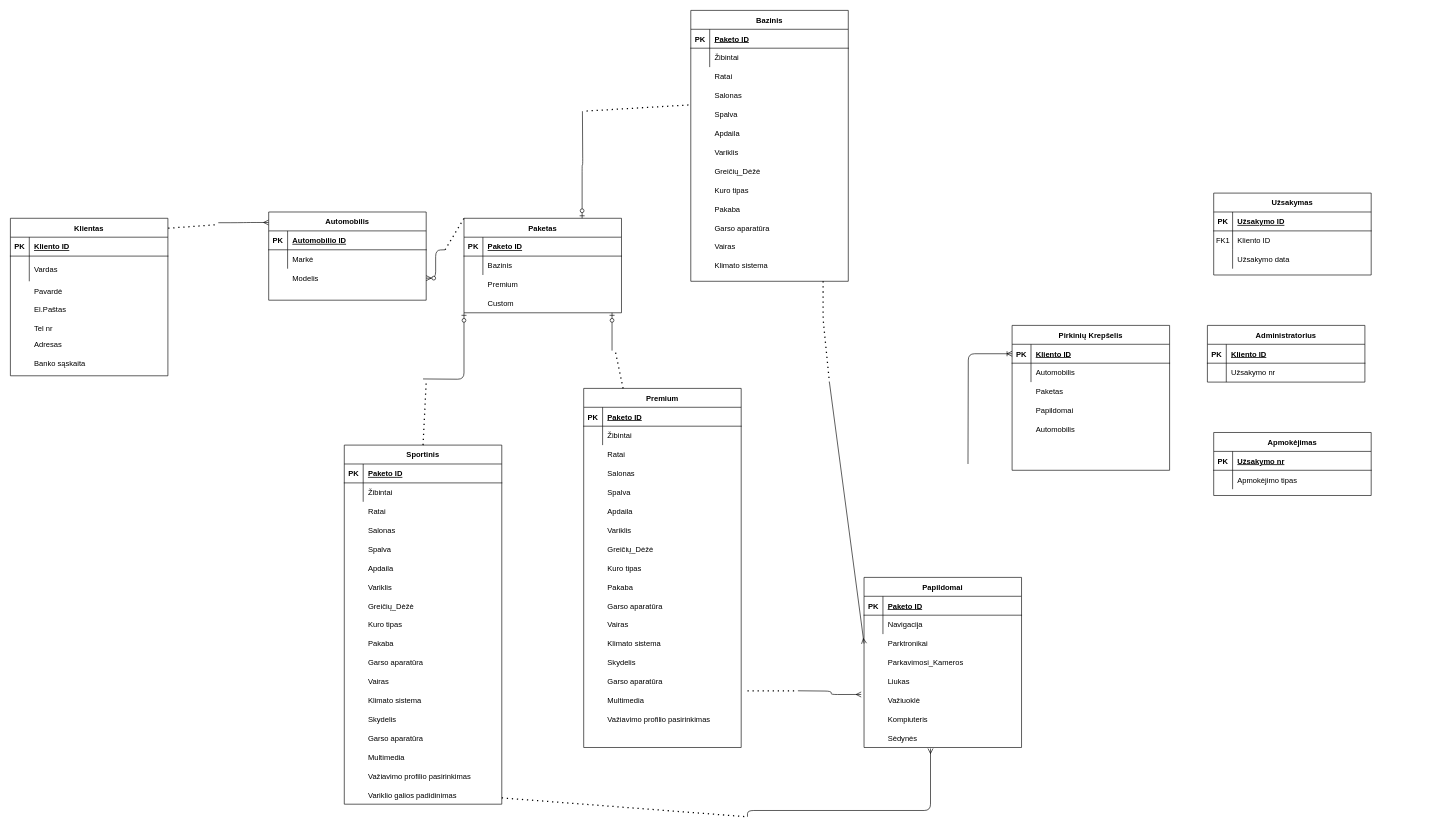
Earlier version of the draw.io diagram DuomenuBazesDB.drawio (combatants7/Win). Source tidied: cells renumbered, new cells numbered last; positions are measured from the earlier drawing's top-left corner, leaving out a move shared by most shapes. Both pictures are drawn from the tidied source at 63%, with x=0, y=0 at pixel (10, 10).
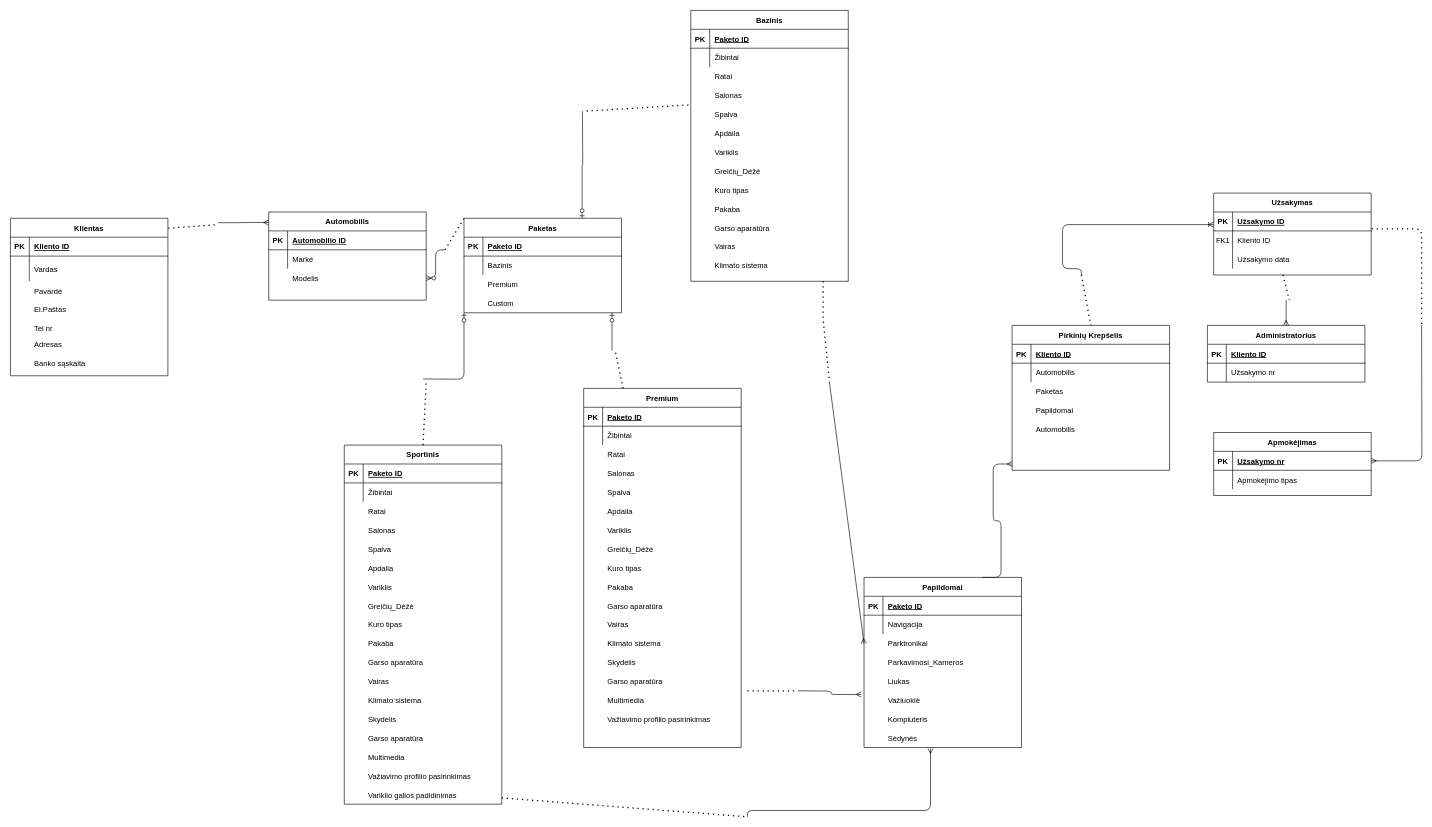
The same page after the edit.

The change refers to these unchanged cells:
```xml
<mxCell id="84" value="Papildomai" style="shape=table;startSize=30;childLayout=tableLayout;rowLines=0;fontStyle=1;align=center;" parent="83" vertex="1">
  <mxGeometry width="250" height="270" as="geometry" />
</mxCell>
<mxCell id="195" value="Pirkinių Krepšelis" style="shape=table;startSize=30;childLayout=tableLayout;rowLines=0;fontStyle=1;align=center;" parent="191" vertex="1">
  <mxGeometry width="250" height="230" as="geometry" />
</mxCell>
<mxCell id="196" style="shape=partialRectangle;fillColor=none;points=[[0,0.5],[1,0.5]];portConstraint=eastwest;top=0;left=0;right=0;bottom=1;" parent="195" vertex="1">
  <mxGeometry y="30" width="250" height="30" as="geometry" />
</mxCell>
<mxCell id="206" style="shape=partialRectangle;fillColor=none;points=[[0,0.5],[1,0.5]];portConstraint=eastwest;top=0;left=0;right=0;bottom=0;" parent="202" vertex="1">
  <mxGeometry y="60" width="250" height="30" as="geometry" />
</mxCell>
<mxCell id="212" value="Administratorius" style="shape=table;startSize=30;childLayout=tableLayout;rowLines=0;fontStyle=1;align=center;" parent="1" vertex="1">
  <mxGeometry x="1900" y="500" width="250" height="90" as="geometry" />
</mxCell>
<mxCell id="220" style="shape=partialRectangle;fillColor=none;points=[[0,0.5],[1,0.5]];portConstraint=eastwest;top=0;left=0;right=0;bottom=1;" parent="219" vertex="1">
  <mxGeometry y="30" width="250" height="30" as="geometry" />
</mxCell>
```

The edit, as a diff of the source:
```diff
@@
-    <mxCell id="226" style="edgeStyle=orthogonalEdgeStyle;fontSize=12;html=1;endArrow=ERoneToMany;strokeColor=#000000;entryX=0;entryY=0.5;entryDx=0;entryDy=0;" parent="1" edge="1" target="196">
+    <mxCell id="226" style="edgeStyle=orthogonalEdgeStyle;fontSize=12;html=1;endArrow=ERoneToMany;strokeColor=#000000;" parent="1" edge="1">
       <mxGeometry relative="1" as="geometry">
-        <mxPoint x="1520" y="720" as="sourcePoint" />
+        <mxPoint x="1700" y="420" as="sourcePoint" />
+        <mxPoint x="1910" y="340" as="targetPoint" />
+        <Array as="points">
+          <mxPoint x="1670" y="410" />
+          <mxPoint x="1670" y="340" />
+        </Array>
       </mxGeometry>
     </mxCell>
+    <mxCell id="227" style="endArrow=none;dashed=1;html=1;dashPattern=1 3;strokeWidth=2;entryX=0.5;entryY=0;entryDx=0;entryDy=0;" parent="1" edge="1" target="195">
+      <mxGeometry relative="1" as="geometry">
+        <mxPoint x="1700" y="420" as="sourcePoint" />
+      </mxGeometry>
+    </mxCell>
+    <mxCell id="228" style="fontSize=12;html=1;endArrow=ERmany;entryX=0.5;entryY=0;entryDx=0;entryDy=0;" parent="1" edge="1" target="212">
+      <mxGeometry relative="1" as="geometry">
+        <mxPoint x="2025" y="460" as="sourcePoint" />
+      </mxGeometry>
+    </mxCell>
+    <mxCell id="229" style="endArrow=none;dashed=1;html=1;dashPattern=1 3;strokeWidth=2;" parent="1" edge="1">
+      <mxGeometry relative="1" as="geometry">
+        <mxPoint x="2020" y="420" as="sourcePoint" />
+        <mxPoint x="2030" y="460" as="targetPoint" />
+      </mxGeometry>
+    </mxCell>
+    <mxCell id="230" style="edgeStyle=orthogonalEdgeStyle;fontSize=12;html=1;endArrow=ERmany;strokeColor=#000000;entryX=1;entryY=0.5;entryDx=0;entryDy=0;" parent="1" edge="1" target="220">
+      <mxGeometry relative="1" as="geometry">
+        <mxPoint x="2240" y="500" as="sourcePoint" />
+      </mxGeometry>
+    </mxCell>
+    <mxCell id="231" style="endArrow=none;dashed=1;html=1;dashPattern=1 3;strokeWidth=2;exitX=1.003;exitY=-0.104;exitDx=0;exitDy=0;exitPerimeter=0;" parent="1" edge="1" source="206">
+      <mxGeometry relative="1" as="geometry">
+        <mxPoint x="2240" y="500" as="targetPoint" />
+        <Array as="points">
+          <mxPoint x="2240" y="347" />
+        </Array>
+      </mxGeometry>
+    </mxCell>
+    <mxCell id="232" style="edgeStyle=entityRelationEdgeStyle;fontSize=12;html=1;endArrow=ERmany;strokeColor=#000000;exitX=0.75;exitY=0;exitDx=0;exitDy=0;" parent="1" edge="1" source="84">
+      <mxGeometry relative="1" as="geometry">
+        <mxPoint x="1590" y="720" as="targetPoint" />
+      </mxGeometry>
+    </mxCell>
```
